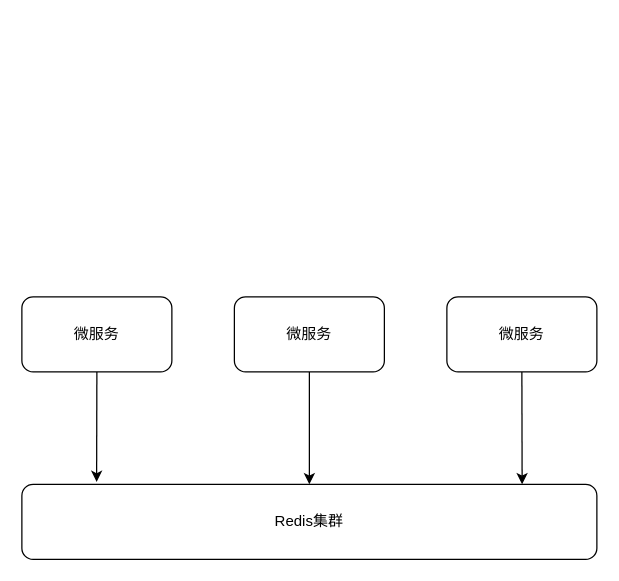
Before: space/登录鉴权.drawio in lewinlee/draw.io, a draw.io diagram. Source tidied: cells renumbered, new cells numbered last; positions are measured from the earlier drawing's top-left corner, leaving out a move shared by most shapes. Both pictures are drawn from the tidied source at 125%, with x=0, y=0 at pixel (21, 296).
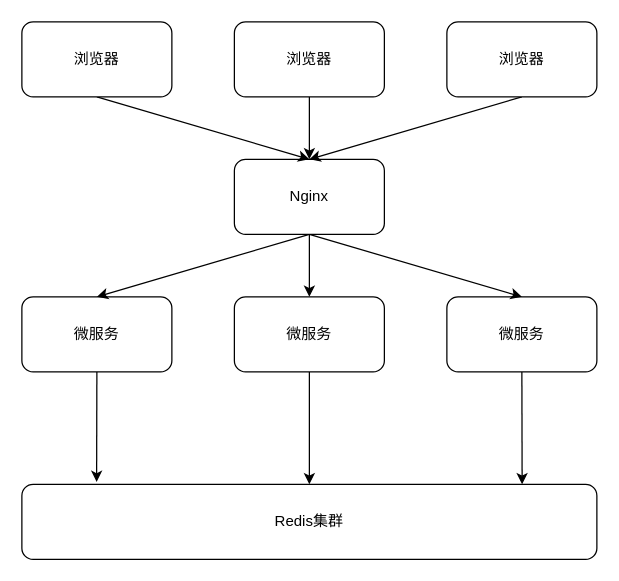
After the change.

Commit message (it also covers changes not shown here):
更新登录鉴权.drawio

Change to the diagram source:
```diff
@@
 <mxGraphModel>
   <root>
     <mxCell id="0" />
     <mxCell id="1" parent="0" />
     <mxCell id="2" style="rounded=0;jettySize=auto;html=1;exitX=0.5;exitY=1;exitDx=0;exitDy=0;entryX=0.13;entryY=-0.033;entryDx=0;entryDy=0;entryPerimeter=0;" parent="1" edge="1" source="3" target="8">
       <mxGeometry relative="1" as="geometry" />
     </mxCell>
     <mxCell id="3" value="微服务" style="rounded=1;whiteSpace=wrap;html=1;" parent="1" vertex="1">
       <mxGeometry width="120" height="60" as="geometry" />
     </mxCell>
     <mxCell id="4" style="edgeStyle=none;rounded=0;jettySize=auto;html=1;exitX=0.5;exitY=1;exitDx=0;exitDy=0;" parent="1" edge="1" source="5" target="8">
       <mxGeometry relative="1" as="geometry" />
     </mxCell>
     <mxCell id="5" value="微服务" style="rounded=1;whiteSpace=wrap;html=1;" parent="1" vertex="1">
       <mxGeometry x="170" width="120" height="60" as="geometry" />
     </mxCell>
     <mxCell id="6" style="edgeStyle=none;rounded=0;jettySize=auto;html=1;exitX=0.5;exitY=1;exitDx=0;exitDy=0;entryX=0.87;entryY=0;entryDx=0;entryDy=0;entryPerimeter=0;" parent="1" edge="1" source="7" target="8">
       <mxGeometry relative="1" as="geometry" />
     </mxCell>
     <mxCell id="7" value="微服务" style="rounded=1;whiteSpace=wrap;html=1;" parent="1" vertex="1">
       <mxGeometry x="340" width="120" height="60" as="geometry" />
     </mxCell>
     <mxCell id="8" value="Redis集群" style="rounded=1;whiteSpace=wrap;html=1;" parent="1" vertex="1">
       <mxGeometry y="150" width="460" height="60" as="geometry" />
     </mxCell>
+    <mxCell id="9" style="edgeStyle=none;rounded=0;jettySize=auto;html=1;exitX=0.5;exitY=1;exitDx=0;exitDy=0;entryX=0.5;entryY=0;entryDx=0;entryDy=0;" parent="1" edge="1" source="12" target="3">
+      <mxGeometry relative="1" as="geometry" />
+    </mxCell>
+    <mxCell id="10" style="edgeStyle=none;rounded=0;jettySize=auto;html=1;exitX=0.5;exitY=1;exitDx=0;exitDy=0;" parent="1" edge="1" source="12" target="5">
+      <mxGeometry relative="1" as="geometry" />
+    </mxCell>
+    <mxCell id="11" style="edgeStyle=none;rounded=0;jettySize=auto;html=1;exitX=0.5;exitY=1;exitDx=0;exitDy=0;entryX=0.5;entryY=0;entryDx=0;entryDy=0;" parent="1" edge="1" source="12" target="7">
+      <mxGeometry relative="1" as="geometry" />
+    </mxCell>
+    <mxCell id="12" value="Nginx" style="rounded=1;whiteSpace=wrap;html=1;" parent="1" vertex="1">
+      <mxGeometry x="170" y="-110" width="120" height="60" as="geometry" />
+    </mxCell>
+    <mxCell id="13" style="edgeStyle=none;rounded=0;jettySize=auto;html=1;exitX=0.5;exitY=1;exitDx=0;exitDy=0;" parent="1" edge="1" source="14">
+      <mxGeometry relative="1" as="geometry">
+        <mxPoint x="230" y="-110" as="targetPoint" />
+      </mxGeometry>
+    </mxCell>
+    <mxCell id="14" value="浏览器" style="rounded=1;whiteSpace=wrap;html=1;" parent="1" vertex="1">
+      <mxGeometry x="170" y="-220" width="120" height="60" as="geometry" />
+    </mxCell>
+    <mxCell id="15" style="edgeStyle=none;rounded=0;jettySize=auto;html=1;exitX=0.5;exitY=1;exitDx=0;exitDy=0;entryX=0.5;entryY=0;entryDx=0;entryDy=0;" parent="1" edge="1" source="16" target="12">
+      <mxGeometry relative="1" as="geometry" />
+    </mxCell>
+    <mxCell id="16" value="浏览器" style="rounded=1;whiteSpace=wrap;html=1;" parent="1" vertex="1">
+      <mxGeometry x="340" y="-220" width="120" height="60" as="geometry" />
+    </mxCell>
+    <mxCell id="17" style="edgeStyle=none;rounded=0;jettySize=auto;html=1;exitX=0.5;exitY=1;exitDx=0;exitDy=0;entryX=0.5;entryY=0;entryDx=0;entryDy=0;" parent="1" edge="1" source="18" target="12">
+      <mxGeometry relative="1" as="geometry" />
+    </mxCell>
+    <mxCell id="18" value="浏览器" style="rounded=1;whiteSpace=wrap;html=1;" parent="1" vertex="1">
+      <mxGeometry y="-220" width="120" height="60" as="geometry" />
+    </mxCell>
   </root>
 </mxGraphModel>
```
